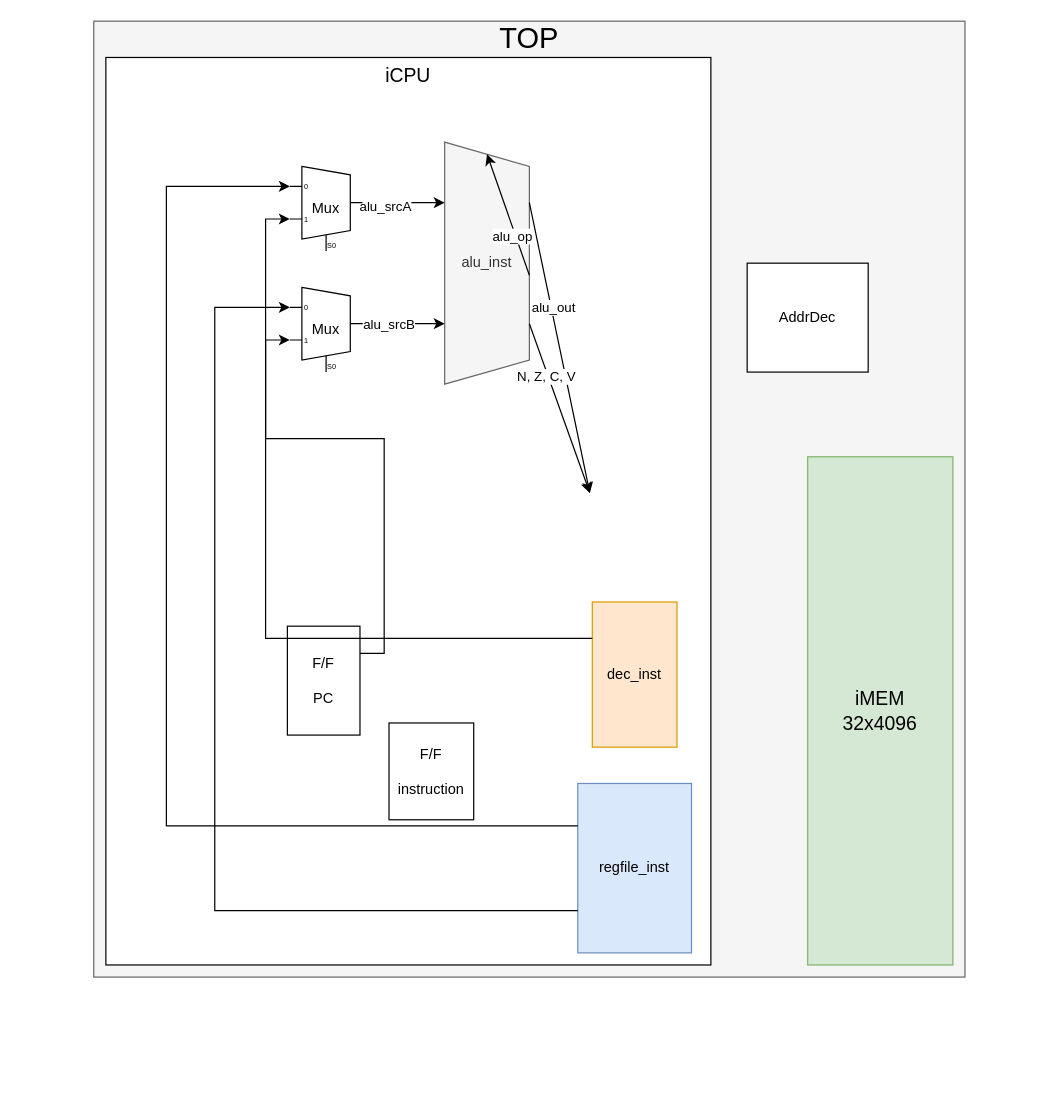
This is src/diagram.drawio from SungChul-CHA/RISC-V_CPU, a draw.io file, before an edit. Source tidied: cells renumbered, new cells numbered last; positions are measured from the earlier drawing's top-left corner, leaving out a move shared by most shapes. Both pictures are drawn from the tidied source at 121%, with x=0, y=0 at pixel (93, 21).
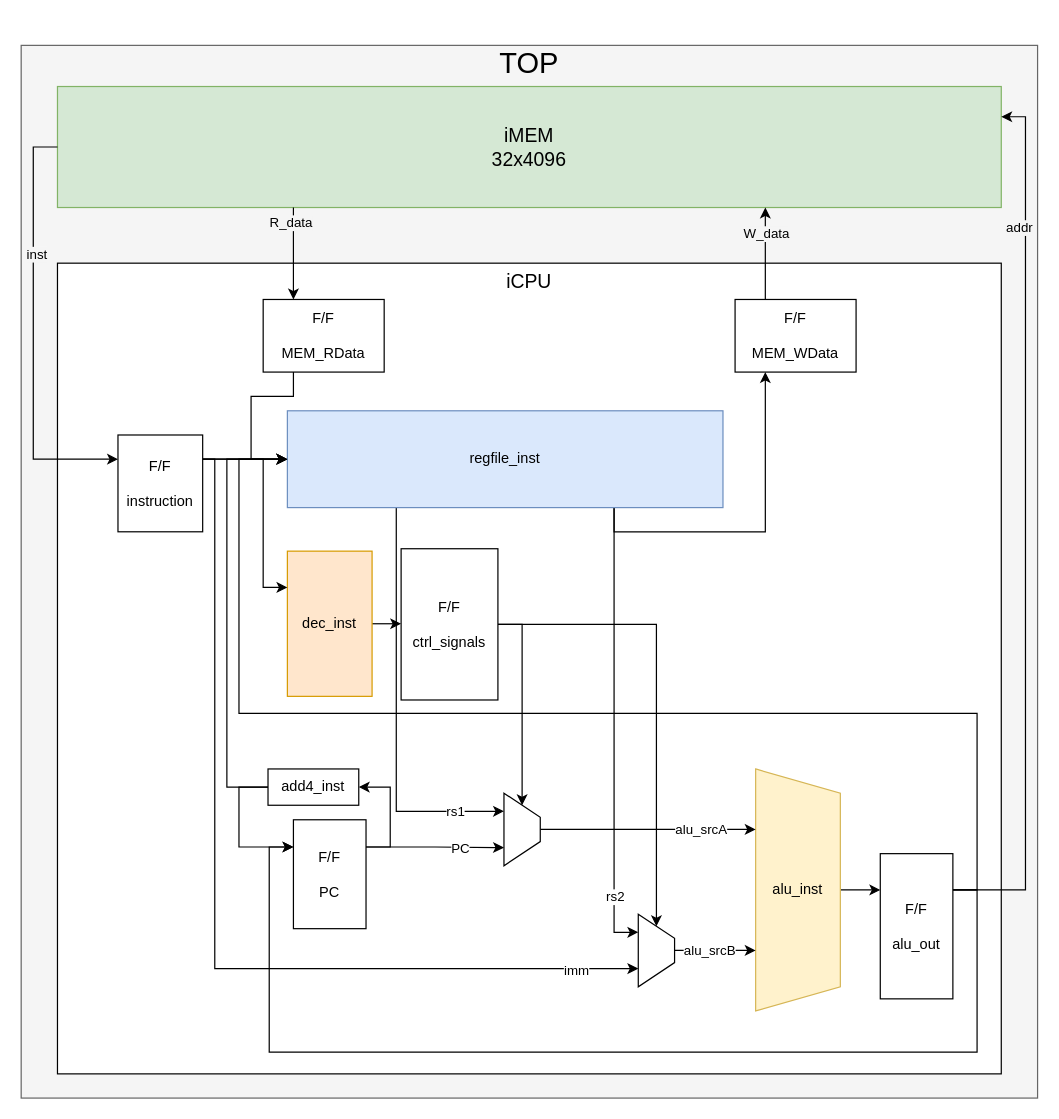
The same diagram, later.

Commit message (it also covers changes not shown here):
simple cpu diagram complete

What changed in the source:
```diff
@@
     <mxCell id="2" style="rounded=0;whiteSpace=wrap;html=1;fillColor=#f5f5f5;strokeColor=#666666;fontColor=#333333;" parent="1" vertex="1">
-      <mxGeometry width="720" height="790" as="geometry" />
+      <mxGeometry x="-60" y="20" width="840" height="870" as="geometry" />
     </mxCell>
     <mxCell id="3" value="TOP" style="text;html=1;align=center;verticalAlign=middle;whiteSpace=wrap;rounded=0;fontSize=24;" parent="1" vertex="1">
-      <mxGeometry width="720" height="30" as="geometry" />
+      <mxGeometry x="-60" y="20" width="840" height="30" as="geometry" />
     </mxCell>
     <mxCell id="4" value="&lt;span style=&quot;font-size: 16px;&quot;&gt;iMEM&lt;/span&gt;&lt;div&gt;&lt;span style=&quot;font-size: 16px;&quot;&gt;32x4096&lt;/span&gt;&lt;/div&gt;" style="rounded=0;whiteSpace=wrap;html=1;fillColor=#d5e8d4;strokeColor=#82b366;" parent="1" vertex="1">
-      <mxGeometry x="590" y="360" width="120" height="420" as="geometry" />
+      <mxGeometry x="-30" y="54" width="780" height="100" as="geometry" />
     </mxCell>
     <mxCell id="5" style="rounded=0;whiteSpace=wrap;html=1;" parent="1" vertex="1">
-      <mxGeometry x="10" y="30" width="500" height="750" as="geometry" />
+      <mxGeometry x="-30" y="200" width="780" height="670" as="geometry" />
     </mxCell>
     <mxCell id="6" value="&lt;font style=&quot;font-size: 16px;&quot;&gt;iCPU&lt;/font&gt;" style="text;html=1;align=center;verticalAlign=middle;whiteSpace=wrap;rounded=0;" parent="1" vertex="1">
-      <mxGeometry x="10" y="30" width="500" height="30" as="geometry" />
+      <mxGeometry x="-30" y="200" width="780" height="30" as="geometry" />
     </mxCell>
-    <mxCell id="7" value="AddrDec" style="rounded=0;whiteSpace=wrap;html=1;" parent="1" vertex="1">
-      <mxGeometry x="540" y="200" width="100" height="90" as="geometry" />
-    </mxCell>
+    <mxCell id="29" style="edgeStyle=orthogonalEdgeStyle;rounded=0;jettySize=auto;html=1;exitX=0.25;exitY=1;exitDx=0;exitDy=0;entryX=0.25;entryY=1;entryDx=0;entryDy=0;" parent="1" edge="1" source="8" target="48">
+      <mxGeometry relative="1" as="geometry" />
+    </mxCell>
+    <mxCell id="30" value="rs1" style="edgeLabel;html=1;align=center;verticalAlign=middle;" parent="29" vertex="1">
+      <mxGeometry x="0.76" y="-2" relative="1" as="geometry">
+        <mxPoint y="-3" as="offset" />
+      </mxGeometry>
+    </mxCell>
+    <mxCell id="31" style="edgeStyle=orthogonalEdgeStyle;rounded=0;jettySize=auto;html=1;exitX=0.75;exitY=1;exitDx=0;exitDy=0;entryX=0.25;entryY=1;entryDx=0;entryDy=0;" parent="1" edge="1" source="8" target="50">
+      <mxGeometry relative="1" as="geometry" />
+    </mxCell>
+    <mxCell id="32" value="rs2" style="edgeLabel;html=1;align=center;verticalAlign=middle;" parent="31" vertex="1">
+      <mxGeometry x="0.73" relative="1" as="geometry" />
+    </mxCell>
+    <mxCell id="33" style="edgeStyle=orthogonalEdgeStyle;rounded=0;jettySize=auto;html=1;exitX=0.5;exitY=0;exitDx=0;exitDy=0;entryX=0;entryY=0.25;entryDx=0;entryDy=0;" parent="1" edge="1" source="9" target="59">
+      <mxGeometry relative="1" as="geometry" />
+    </mxCell>
+    <mxCell id="9" value="alu_inst" style="shape=trapezoid;perimeter=trapezoidPerimeter;whiteSpace=wrap;html=1;fixedSize=1;rotation=90;horizontal=0;fillColor=#fff2cc;strokeColor=#d6b656;" parent="1" vertex="1">
+      <mxGeometry x="482" y="683" width="200" height="70" as="geometry" />
+    </mxCell>
+    <mxCell id="34" style="edgeStyle=orthogonalEdgeStyle;rounded=0;jettySize=auto;html=1;exitX=1;exitY=0.5;exitDx=0;exitDy=0;entryX=0;entryY=0.5;entryDx=0;entryDy=0;" parent="1" edge="1" source="10" target="53">
+      <mxGeometry relative="1" as="geometry" />
+    </mxCell>
+    <mxCell id="10" value="dec_inst" style="rounded=0;whiteSpace=wrap;html=1;fillColor=#ffe6cc;strokeColor=#d79b00;" parent="1" vertex="1">
+      <mxGeometry x="160" y="438" width="70" height="120" as="geometry" />
+    </mxCell>
+    <mxCell id="35" style="edgeStyle=orthogonalEdgeStyle;rounded=0;jettySize=auto;html=1;exitX=1;exitY=0.25;exitDx=0;exitDy=0;entryX=0.75;entryY=1;entryDx=0;entryDy=0;" parent="1" edge="1" source="24" target="48">
+      <mxGeometry relative="1" as="geometry" />
+    </mxCell>
+    <mxCell id="36" value="PC" style="edgeLabel;html=1;align=center;verticalAlign=middle;" parent="35" vertex="1">
+      <mxGeometry x="0.24" y="-1" relative="1" as="geometry">
+        <mxPoint x="7" y="-1" as="offset" />
+      </mxGeometry>
+    </mxCell>
+    <mxCell id="37" style="edgeStyle=orthogonalEdgeStyle;rounded=0;jettySize=auto;html=1;exitX=1;exitY=0.25;exitDx=0;exitDy=0;entryX=1;entryY=0.5;entryDx=0;entryDy=0;" parent="1" edge="1" source="24" target="44">
+      <mxGeometry relative="1" as="geometry" />
+    </mxCell>
+    <mxCell id="24" value="&lt;div&gt;F/F&lt;/div&gt;&lt;div&gt;&lt;br&gt;&lt;/div&gt;PC" style="rounded=0;whiteSpace=wrap;html=1;" parent="1" vertex="1">
+      <mxGeometry x="165" y="660" width="60" height="90" as="geometry" />
+    </mxCell>
+    <mxCell id="38" style="edgeStyle=orthogonalEdgeStyle;rounded=0;jettySize=auto;html=1;exitX=1;exitY=0.25;exitDx=0;exitDy=0;entryX=0;entryY=0.25;entryDx=0;entryDy=0;" parent="1" edge="1" source="27" target="10">
+      <mxGeometry relative="1" as="geometry">
+        <Array as="points">
+          <mxPoint x="140" y="362" />
+          <mxPoint x="140" y="468" />
+        </Array>
+      </mxGeometry>
+    </mxCell>
+    <mxCell id="39" style="edgeStyle=orthogonalEdgeStyle;rounded=0;jettySize=auto;html=1;exitX=1;exitY=0.25;exitDx=0;exitDy=0;entryX=0;entryY=0.5;entryDx=0;entryDy=0;" parent="1" edge="1" source="27" target="8">
+      <mxGeometry relative="1" as="geometry" />
+    </mxCell>
+    <mxCell id="40" style="edgeStyle=orthogonalEdgeStyle;rounded=0;jettySize=auto;html=1;exitX=1;exitY=0.25;exitDx=0;exitDy=0;entryX=0.75;entryY=1;entryDx=0;entryDy=0;" parent="1" edge="1" source="27" target="50">
+      <mxGeometry relative="1" as="geometry">
+        <Array as="points">
+          <mxPoint x="100" y="362" />
+          <mxPoint x="100" y="783" />
+        </Array>
+      </mxGeometry>
+    </mxCell>
+    <mxCell id="41" value="imm" style="edgeLabel;html=1;align=center;verticalAlign=middle;" parent="40" vertex="1">
+      <mxGeometry x="0.81" y="-1" relative="1" as="geometry">
+        <mxPoint x="22" as="offset" />
+      </mxGeometry>
+    </mxCell>
+    <mxCell id="27" value="F/F&lt;div&gt;&lt;br&gt;&lt;/div&gt;&lt;div&gt;instruction&lt;/div&gt;" style="rounded=0;whiteSpace=wrap;html=1;" parent="1" vertex="1">
+      <mxGeometry x="20" y="342" width="70" height="80" as="geometry" />
+    </mxCell>
+    <mxCell id="42" style="edgeStyle=orthogonalEdgeStyle;rounded=0;jettySize=auto;html=1;exitX=0;exitY=0.5;exitDx=0;exitDy=0;entryX=0;entryY=0.25;entryDx=0;entryDy=0;" parent="1" edge="1" source="44" target="24">
+      <mxGeometry relative="1" as="geometry">
+        <Array as="points">
+          <mxPoint x="120" y="633" />
+          <mxPoint x="120" y="683" />
+        </Array>
+      </mxGeometry>
+    </mxCell>
+    <mxCell id="43" style="edgeStyle=orthogonalEdgeStyle;rounded=0;jettySize=auto;html=1;exitX=0;exitY=0.5;exitDx=0;exitDy=0;entryX=0;entryY=0.5;entryDx=0;entryDy=0;" parent="1" edge="1" source="44" target="8">
+      <mxGeometry relative="1" as="geometry">
+        <Array as="points">
+          <mxPoint x="110" y="633" />
+          <mxPoint x="110" y="362" />
+        </Array>
+      </mxGeometry>
+    </mxCell>
+    <mxCell id="44" value="add4_inst" style="rounded=0;whiteSpace=wrap;html=1;" parent="1" vertex="1">
+      <mxGeometry x="144" y="618" width="75" height="30" as="geometry" />
+    </mxCell>
+    <mxCell id="45" style="edgeStyle=orthogonalEdgeStyle;rounded=0;jettySize=auto;html=1;exitX=0;exitY=0.5;exitDx=0;exitDy=0;entryX=0;entryY=0.25;entryDx=0;entryDy=0;" parent="1" edge="1" source="4" target="27">
+      <mxGeometry relative="1" as="geometry" />
+    </mxCell>
+    <mxCell id="46" value="inst" style="edgeLabel;html=1;align=center;verticalAlign=middle;labelBackgroundColor=#f5f5f5;" parent="45" vertex="1">
+      <mxGeometry x="-0.53" y="2" relative="1" as="geometry">
+        <mxPoint y="26" as="offset" />
+      </mxGeometry>
+    </mxCell>
+    <mxCell id="47" style="edgeStyle=orthogonalEdgeStyle;rounded=0;jettySize=auto;html=1;exitX=0.5;exitY=0;exitDx=0;exitDy=0;entryX=0.25;entryY=1;entryDx=0;entryDy=0;" parent="1" edge="1" source="48" target="9">
+      <mxGeometry relative="1" as="geometry" />
+    </mxCell>
+    <mxCell id="21" value="alu_srcA" style="edgeLabel;html=1;align=center;verticalAlign=middle;" parent="47" vertex="1">
+      <mxGeometry x="0.48" y="1" relative="1" as="geometry" />
+    </mxCell>
+    <mxCell id="48" style="shape=trapezoid;perimeter=trapezoidPerimeter;whiteSpace=wrap;html=1;fixedSize=1;direction=south;" parent="1" vertex="1">
+      <mxGeometry x="339" y="638" width="30" height="60" as="geometry" />
+    </mxCell>
+    <mxCell id="49" style="edgeStyle=orthogonalEdgeStyle;rounded=0;jettySize=auto;html=1;exitX=0.5;exitY=0;exitDx=0;exitDy=0;entryX=0.75;entryY=1;entryDx=0;entryDy=0;" parent="1" edge="1" source="50" target="9">
+      <mxGeometry relative="1" as="geometry" />
+    </mxCell>
+    <mxCell id="18" value="alu_srcB" style="edgeLabel;html=1;align=center;verticalAlign=middle;" parent="49" vertex="1">
+      <mxGeometry x="-0.45" y="-1" relative="1" as="geometry">
+        <mxPoint x="10" y="-2" as="offset" />
+      </mxGeometry>
+    </mxCell>
+    <mxCell id="50" style="shape=trapezoid;perimeter=trapezoidPerimeter;whiteSpace=wrap;html=1;fixedSize=1;direction=south;" parent="1" vertex="1">
+      <mxGeometry x="450" y="738" width="30" height="60" as="geometry" />
+    </mxCell>
+    <mxCell id="51" style="edgeStyle=orthogonalEdgeStyle;rounded=0;jettySize=auto;html=1;exitX=1;exitY=0.5;exitDx=0;exitDy=0;entryX=0;entryY=0.5;entryDx=0;entryDy=0;" parent="1" edge="1" source="53" target="48">
+      <mxGeometry relative="1" as="geometry" />
+    </mxCell>
+    <mxCell id="52" style="edgeStyle=orthogonalEdgeStyle;rounded=0;jettySize=auto;html=1;exitX=1;exitY=0.5;exitDx=0;exitDy=0;entryX=0;entryY=0.5;entryDx=0;entryDy=0;" parent="1" edge="1" source="53" target="50">
+      <mxGeometry relative="1" as="geometry" />
+    </mxCell>
+    <mxCell id="53" value="F/F&lt;div&gt;&lt;br&gt;&lt;/div&gt;&lt;div&gt;ctrl_signals&lt;/div&gt;" style="rounded=0;whiteSpace=wrap;html=1;" parent="1" vertex="1">
+      <mxGeometry x="254" y="436" width="80" height="125" as="geometry" />
+    </mxCell>
+    <mxCell id="54" style="edgeStyle=orthogonalEdgeStyle;rounded=0;jettySize=auto;html=1;exitX=0.75;exitY=1;exitDx=0;exitDy=0;entryX=0.25;entryY=1;entryDx=0;entryDy=0;" parent="1" edge="1" source="8" target="66">
+      <mxGeometry relative="1" as="geometry" />
+    </mxCell>
     <mxCell id="8" value="regfile_inst" style="rounded=0;whiteSpace=wrap;html=1;fillColor=#dae8fc;strokeColor=#6c8ebf;" parent="1" vertex="1">
-      <mxGeometry x="400" y="630" width="94" height="140" as="geometry" />
+      <mxGeometry x="160" y="322" width="360" height="80" as="geometry" />
     </mxCell>
-    <mxCell id="9" value="alu_inst" style="shape=trapezoid;perimeter=trapezoidPerimeter;whiteSpace=wrap;html=1;fixedSize=1;rotation=90;horizontal=0;fillColor=#f5f5f5;strokeColor=#666666;fontColor=#333333;" parent="1" vertex="1">
-      <mxGeometry x="225" y="165" width="200" height="70" as="geometry" />
-    </mxCell>
-    <mxCell id="10" value="dec_inst" style="rounded=0;whiteSpace=wrap;html=1;fillColor=#ffe6cc;strokeColor=#d79b00;" parent="1" vertex="1">
-      <mxGeometry x="412" y="480" width="70" height="120" as="geometry" />
-    </mxCell>
-    <mxCell id="11" style="endArrow=classic;html=1;rounded=0;entryX=0;entryY=0.5;entryDx=0;entryDy=0;exitX=0.7;exitY=0.24;exitDx=0;exitDy=0;exitPerimeter=0;" parent="1" edge="1" source="5" target="9">
-      <mxGeometry relative="1" as="geometry" />
-    </mxCell>
-    <mxCell id="12" value="alu_op" style="edgeLabel;html=1;align=center;verticalAlign=middle;" parent="11" vertex="1">
-      <mxGeometry x="-0.34" y="3" relative="1" as="geometry" />
-    </mxCell>
-    <mxCell id="13" style="endArrow=classic;html=1;rounded=0;exitX=0.25;exitY=0;exitDx=0;exitDy=0;" parent="1" edge="1" source="9">
-      <mxGeometry relative="1" as="geometry">
-        <mxPoint x="410" y="390" as="targetPoint" />
-      </mxGeometry>
-    </mxCell>
-    <mxCell id="14" value="alu_out" style="edgeLabel;html=1;align=center;verticalAlign=middle;" parent="13" vertex="1">
-      <mxGeometry x="-0.27" y="1" relative="1" as="geometry" />
-    </mxCell>
-    <mxCell id="15" style="endArrow=classic;html=1;rounded=0;exitX=0.75;exitY=0;exitDx=0;exitDy=0;" parent="1" edge="1" source="9">
-      <mxGeometry relative="1" as="geometry">
-        <mxPoint x="410" y="390" as="targetPoint" />
-      </mxGeometry>
-    </mxCell>
-    <mxCell id="16" value="N, Z, C, V" style="edgeLabel;html=1;align=center;verticalAlign=middle;" parent="15" vertex="1">
-      <mxGeometry x="-0.4" y="-2" relative="1" as="geometry" />
-    </mxCell>
-    <mxCell id="17" style="edgeStyle=orthogonalEdgeStyle;rounded=0;jettySize=auto;html=1;exitX=1;exitY=0.5;exitDx=0;exitDy=-5;exitPerimeter=0;entryX=0.75;entryY=1;entryDx=0;entryDy=0;" parent="1" edge="1" source="19" target="9">
-      <mxGeometry relative="1" as="geometry" />
-    </mxCell>
-    <mxCell id="18" value="alu_srcB" style="edgeLabel;html=1;align=center;verticalAlign=middle;" parent="17" vertex="1">
-      <mxGeometry x="-0.38" relative="1" as="geometry" />
-    </mxCell>
-    <mxCell id="19" value="Mux" style="shadow=0;dashed=0;align=center;html=1;strokeWidth=1;shape=mxgraph.electrical.abstract.mux2;whiteSpace=wrap;" parent="1" vertex="1">
-      <mxGeometry x="162" y="220" width="60" height="70" as="geometry" />
-    </mxCell>
-    <mxCell id="20" style="edgeStyle=orthogonalEdgeStyle;rounded=0;jettySize=auto;html=1;exitX=1;exitY=0.5;exitDx=0;exitDy=-5;exitPerimeter=0;entryX=0.25;entryY=1;entryDx=0;entryDy=0;" parent="1" edge="1" source="22" target="9">
-      <mxGeometry relative="1" as="geometry" />
-    </mxCell>
-    <mxCell id="21" value="alu_srcA" style="edgeLabel;html=1;align=center;verticalAlign=middle;" parent="20" vertex="1">
-      <mxGeometry x="-0.48" y="-2" relative="1" as="geometry" />
-    </mxCell>
-    <mxCell id="22" value="Mux" style="shadow=0;dashed=0;align=center;html=1;strokeWidth=1;shape=mxgraph.electrical.abstract.mux2;whiteSpace=wrap;" parent="1" vertex="1">
-      <mxGeometry x="162" y="120" width="60" height="70" as="geometry" />
-    </mxCell>
-    <mxCell id="23" style="edgeStyle=orthogonalEdgeStyle;rounded=0;jettySize=auto;html=1;exitX=0;exitY=0.25;exitDx=0;exitDy=0;entryX=0;entryY=0.19285714285714287;entryDx=0;entryDy=3;entryPerimeter=0;" parent="1" edge="1" source="8" target="22">
-      <mxGeometry relative="1" as="geometry">
-        <Array as="points">
-          <mxPoint x="60" y="665" />
-          <mxPoint x="60" y="137" />
-        </Array>
-      </mxGeometry>
-    </mxCell>
-    <mxCell id="24" value="&lt;div&gt;F/F&lt;/div&gt;&lt;div&gt;&lt;br&gt;&lt;/div&gt;PC" style="rounded=0;whiteSpace=wrap;html=1;" parent="1" vertex="1">
-      <mxGeometry x="160" y="500" width="60" height="90" as="geometry" />
-    </mxCell>
-    <mxCell id="25" style="edgeStyle=orthogonalEdgeStyle;rounded=0;jettySize=auto;html=1;exitX=1;exitY=0.25;exitDx=0;exitDy=0;entryX=0;entryY=0.5785714285714286;entryDx=0;entryDy=3;entryPerimeter=0;" parent="1" edge="1" source="24" target="22">
-      <mxGeometry relative="1" as="geometry" />
-    </mxCell>
-    <mxCell id="26" style="edgeStyle=orthogonalEdgeStyle;rounded=0;jettySize=auto;html=1;exitX=0;exitY=0.75;exitDx=0;exitDy=0;entryX=0;entryY=0.19285714285714287;entryDx=0;entryDy=3;entryPerimeter=0;" parent="1" edge="1" source="8" target="19">
-      <mxGeometry relative="1" as="geometry">
-        <Array as="points">
-          <mxPoint x="100" y="735" />
-          <mxPoint x="100" y="237" />
-        </Array>
-      </mxGeometry>
-    </mxCell>
-    <mxCell id="27" value="F/F&lt;div&gt;&lt;br&gt;&lt;/div&gt;&lt;div&gt;instruction&lt;/div&gt;" style="rounded=0;whiteSpace=wrap;html=1;" parent="1" vertex="1">
-      <mxGeometry x="244" y="580" width="70" height="80" as="geometry" />
-    </mxCell>
-    <mxCell id="28" style="edgeStyle=orthogonalEdgeStyle;rounded=0;jettySize=auto;html=1;exitX=0;exitY=0.25;exitDx=0;exitDy=0;entryX=0;entryY=0.5785714285714286;entryDx=0;entryDy=3;entryPerimeter=0;" parent="1" edge="1" source="10" target="19">
-      <mxGeometry relative="1" as="geometry" />
-    </mxCell>
+    <mxCell id="55" style="edgeStyle=orthogonalEdgeStyle;rounded=0;jettySize=auto;html=1;exitX=1;exitY=0.25;exitDx=0;exitDy=0;entryX=0;entryY=0.5;entryDx=0;entryDy=0;" parent="1" edge="1" source="59" target="8">
+      <mxGeometry relative="1" as="geometry">
+        <Array as="points">
+          <mxPoint x="730" y="718" />
+          <mxPoint x="730" y="572" />
+          <mxPoint x="120" y="572" />
+          <mxPoint x="120" y="362" />
+        </Array>
+      </mxGeometry>
+    </mxCell>
+    <mxCell id="56" style="edgeStyle=orthogonalEdgeStyle;rounded=0;jettySize=auto;html=1;exitX=1;exitY=0.25;exitDx=0;exitDy=0;entryX=0;entryY=0.25;entryDx=0;entryDy=0;" parent="1" edge="1" source="59" target="24">
+      <mxGeometry relative="1" as="geometry">
+        <Array as="points">
+          <mxPoint x="730" y="718" />
+          <mxPoint x="730" y="852" />
+          <mxPoint x="145" y="852" />
+          <mxPoint x="145" y="683" />
+        </Array>
+      </mxGeometry>
+    </mxCell>
+    <mxCell id="57" style="edgeStyle=orthogonalEdgeStyle;rounded=0;jettySize=auto;html=1;exitX=1;exitY=0.25;exitDx=0;exitDy=0;entryX=1;entryY=0.25;entryDx=0;entryDy=0;" parent="1" edge="1" source="59" target="4">
+      <mxGeometry relative="1" as="geometry">
+        <Array as="points">
+          <mxPoint x="770" y="718" />
+          <mxPoint x="770" y="79" />
+        </Array>
+      </mxGeometry>
+    </mxCell>
+    <mxCell id="58" value="addr" style="edgeLabel;html=1;align=center;verticalAlign=middle;labelBackgroundColor=#f5f5f5;" parent="57" vertex="1">
+      <mxGeometry x="0.69" y="1" relative="1" as="geometry">
+        <mxPoint x="-5" as="offset" />
+      </mxGeometry>
+    </mxCell>
+    <mxCell id="59" value="F/F&lt;div&gt;&lt;br&gt;&lt;/div&gt;&lt;div&gt;alu_out&lt;/div&gt;" style="rounded=0;whiteSpace=wrap;html=1;" parent="1" vertex="1">
+      <mxGeometry x="650" y="688" width="60" height="120" as="geometry" />
+    </mxCell>
+    <mxCell id="60" style="edgeStyle=orthogonalEdgeStyle;rounded=0;jettySize=auto;html=1;exitX=0.25;exitY=1;exitDx=0;exitDy=0;entryX=0.25;entryY=0;entryDx=0;entryDy=0;" parent="1" edge="1" source="4" target="63">
+      <mxGeometry relative="1" as="geometry" />
+    </mxCell>
+    <mxCell id="61" value="R_data" style="edgeLabel;html=1;align=center;verticalAlign=middle;labelBackgroundColor=#f5f5f5;" parent="60" vertex="1">
+      <mxGeometry x="-0.69" y="-3" relative="1" as="geometry" />
+    </mxCell>
+    <mxCell id="62" style="edgeStyle=orthogonalEdgeStyle;rounded=0;jettySize=auto;html=1;exitX=0.25;exitY=1;exitDx=0;exitDy=0;entryX=0;entryY=0.5;entryDx=0;entryDy=0;" parent="1" edge="1" source="63" target="8">
+      <mxGeometry relative="1" as="geometry">
+        <Array as="points">
+          <mxPoint x="165" y="310" />
+          <mxPoint x="130" y="310" />
+          <mxPoint x="130" y="362" />
+        </Array>
+      </mxGeometry>
+    </mxCell>
+    <mxCell id="63" value="F/F&lt;div&gt;&lt;br&gt;&lt;/div&gt;&lt;div&gt;MEM_RData&lt;/div&gt;" style="rounded=0;whiteSpace=wrap;html=1;" parent="1" vertex="1">
+      <mxGeometry x="140" y="230" width="100" height="60" as="geometry" />
+    </mxCell>
+    <mxCell id="64" style="edgeStyle=orthogonalEdgeStyle;rounded=0;jettySize=auto;html=1;exitX=0.25;exitY=0;exitDx=0;exitDy=0;entryX=0.75;entryY=1;entryDx=0;entryDy=0;" parent="1" edge="1" source="66" target="4">
+      <mxGeometry relative="1" as="geometry" />
+    </mxCell>
+    <mxCell id="65" value="W_data" style="edgeLabel;html=1;align=center;verticalAlign=middle;labelBackgroundColor=#f5f5f5;" parent="64" vertex="1">
+      <mxGeometry x="0.46" relative="1" as="geometry" />
+    </mxCell>
+    <mxCell id="66" value="F/F&lt;div&gt;&lt;br&gt;&lt;/div&gt;&lt;div&gt;MEM_WData&lt;/div&gt;" style="rounded=0;whiteSpace=wrap;html=1;" parent="1" vertex="1">
+      <mxGeometry x="530" y="230" width="100" height="60" as="geometry" />
+    </mxCell>
```
